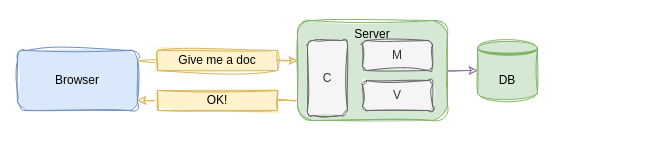
Before: page "Page-4" (4 of 9) of diagrams.drawio in richard-wang-tw/web-basic-2, a draw.io diagram. Source tidied: cells renumbered, new cells numbered last; positions are measured from the earlier drawing's top-left corner, leaving out a move shared by most shapes. Both pictures are drawn from the tidied source at 100%, with x=0, y=0 at pixel (17, 20).
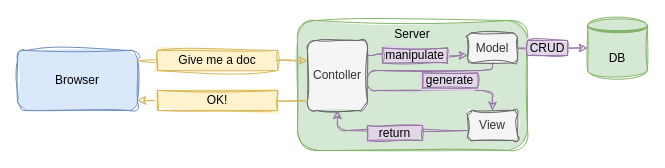
Above is the later version.

Unchanged cells that the change refers to:
```xml
<mxCell id="2" value="Browser" style="rounded=1;whiteSpace=wrap;html=1;sketch=1;curveFitting=1;jiggle=2;fillColor=#dae8fc;strokeColor=#6c8ebf;fillStyle=solid;" parent="1" vertex="1">
  <mxGeometry y="30" width="120" height="60" as="geometry" />
</mxCell>
```

Change to the diagram source:
```diff
@@
-    <mxCell id="3" style="edgeStyle=orthogonalEdgeStyle;curved=1;sketch=1;html=1;strokeWidth=1;endArrow=classic;endFill=1;fillColor=#e1d5e7;strokeColor=#9673a6;" parent="1" edge="1" source="4" target="12">
-      <mxGeometry relative="1" as="geometry" />
-    </mxCell>
     <mxCell id="4" value="Server" style="rounded=1;whiteSpace=wrap;html=1;sketch=1;curveFitting=1;jiggle=2;fillColor=#d5e8d4;strokeColor=#82b366;fillStyle=solid;verticalAlign=top;" parent="1" vertex="1">
-      <mxGeometry x="280" width="150" height="100" as="geometry" />
+      <mxGeometry x="280" width="230" height="130" as="geometry" />
     </mxCell>
+    <mxCell id="13" style="edgeStyle=orthogonalEdgeStyle;html=1;sketch=1;curveFitting=1;jiggle=2;fillColor=#e1d5e7;strokeColor=#9673a6;" parent="1" edge="1" source="5" target="10">
+      <mxGeometry relative="1" as="geometry">
+        <Array as="points">
+          <mxPoint x="360" y="35" />
+          <mxPoint x="360" y="35" />
+        </Array>
+      </mxGeometry>
+    </mxCell>
-    <mxCell id="5" value="C" style="rounded=1;whiteSpace=wrap;html=1;sketch=1;curveFitting=1;jiggle=2;fillColor=#f5f5f5;strokeColor=#666666;fillStyle=solid;fontColor=#333333;" parent="1" vertex="1">
-      <mxGeometry x="290" y="20" width="40" height="75" as="geometry" />
+    <mxCell id="5" value="Contoller" style="rounded=1;whiteSpace=wrap;html=1;sketch=1;curveFitting=1;jiggle=2;fillColor=#f5f5f5;strokeColor=#666666;fillStyle=solid;fontColor=#333333;" parent="1" vertex="1">
+      <mxGeometry x="290" y="20" width="60" height="70" as="geometry" />
     </mxCell>
-    <mxCell id="6" style="edgeStyle=orthogonalEdgeStyle;html=1;sketch=1;curveFitting=1;jiggle=2;fillColor=#fff2cc;strokeColor=#d6b656;" parent="1" edge="1" source="2" target="4">
+    <mxCell id="6" style="edgeStyle=orthogonalEdgeStyle;html=1;sketch=1;curveFitting=1;jiggle=2;fillColor=#fff2cc;strokeColor=#d6b656;" parent="1" edge="1" source="2" target="5">
       <mxGeometry relative="1" as="geometry">
         <Array as="points">
-          <mxPoint x="240" y="40" />
-          <mxPoint x="240" y="40" />
+          <mxPoint x="250" y="40" />
+          <mxPoint x="250" y="40" />
         </Array>
       </mxGeometry>
     </mxCell>
-    <mxCell id="7" style="edgeStyle=orthogonalEdgeStyle;html=1;sketch=1;curveFitting=1;jiggle=2;fillColor=#fff2cc;strokeColor=#d6b656;" parent="1" edge="1" source="4" target="2">
+    <mxCell id="7" style="edgeStyle=orthogonalEdgeStyle;html=1;sketch=1;curveFitting=1;jiggle=2;fillColor=#fff2cc;strokeColor=#d6b656;" parent="1" edge="1" source="5" target="2">
       <mxGeometry relative="1" as="geometry">
         <Array as="points">
-          <mxPoint x="240" y="80" />
-          <mxPoint x="240" y="80" />
+          <mxPoint x="160" y="80" />
+          <mxPoint x="160" y="80" />
         </Array>
       </mxGeometry>
     </mxCell>
@@
+    <mxCell id="14" style="edgeStyle=orthogonalEdgeStyle;sketch=1;html=1;fillColor=#e1d5e7;strokeColor=#9673a6;" parent="1" edge="1" source="10" target="11">
+      <mxGeometry relative="1" as="geometry">
+        <Array as="points">
+          <mxPoint x="475" y="50" />
+          <mxPoint x="350" y="50" />
+          <mxPoint x="350" y="70" />
+          <mxPoint x="475" y="70" />
+        </Array>
+      </mxGeometry>
+    </mxCell>
-    <mxCell id="10" value="M" style="rounded=1;whiteSpace=wrap;html=1;sketch=1;curveFitting=1;jiggle=2;fillColor=#f5f5f5;strokeColor=#666666;fillStyle=solid;fontColor=#333333;" parent="1" vertex="1">
-      <mxGeometry x="345" y="20" width="70" height="30" as="geometry" />
+    <mxCell id="10" value="Model" style="rounded=1;whiteSpace=wrap;html=1;sketch=1;curveFitting=1;jiggle=2;fillColor=#f5f5f5;strokeColor=#666666;fillStyle=solid;fontColor=#333333;" parent="1" vertex="1">
+      <mxGeometry x="450" y="12.5" width="50" height="30" as="geometry" />
     </mxCell>
-    <mxCell id="11" value="V" style="rounded=1;whiteSpace=wrap;html=1;sketch=1;curveFitting=1;jiggle=2;fillColor=#f5f5f5;strokeColor=#666666;fillStyle=solid;fontColor=#333333;" parent="1" vertex="1">
-      <mxGeometry x="345" y="60" width="70" height="30" as="geometry" />
+    <mxCell id="11" value="View" style="rounded=1;whiteSpace=wrap;html=1;sketch=1;curveFitting=1;jiggle=2;fillColor=#f5f5f5;strokeColor=#666666;fillStyle=solid;fontColor=#333333;" parent="1" vertex="1">
+      <mxGeometry x="450" y="90" width="50" height="30" as="geometry" />
     </mxCell>
     <mxCell id="12" value="DB" style="shape=datastore;whiteSpace=wrap;html=1;rounded=1;sketch=1;fillStyle=solid;strokeColor=#82b366;fillColor=#d5e8d4;" parent="1" vertex="1">
-      <mxGeometry x="460" y="20" width="60" height="60" as="geometry" />
+      <mxGeometry x="570" y="-2.5" width="60" height="60" as="geometry" />
     </mxCell>
+    <mxCell id="15" style="edgeStyle=orthogonalEdgeStyle;html=1;sketch=1;curveFitting=1;jiggle=2;fillColor=#e1d5e7;strokeColor=#9673a6;" parent="1" edge="1" source="11" target="5">
+      <mxGeometry relative="1" as="geometry">
+        <Array as="points">
+          <mxPoint x="320" y="110" />
+        </Array>
+      </mxGeometry>
+    </mxCell>
+    <mxCell id="16" value="manipulate" style="rounded=0;whiteSpace=wrap;html=1;sketch=1;curveFitting=1;jiggle=2;fillColor=#e1d5e7;strokeColor=#9673a6;fillStyle=solid;" parent="1" vertex="1">
+      <mxGeometry x="365" y="27.5" width="65" height="15" as="geometry" />
+    </mxCell>
+    <mxCell id="17" value="generate" style="rounded=0;whiteSpace=wrap;html=1;sketch=1;curveFitting=1;jiggle=2;fillColor=#e1d5e7;strokeColor=#9673a6;fillStyle=solid;" parent="1" vertex="1">
+      <mxGeometry x="405" y="52.5" width="55" height="15" as="geometry" />
+    </mxCell>
+    <mxCell id="3" style="edgeStyle=orthogonalEdgeStyle;curved=1;sketch=1;html=1;strokeWidth=1;endArrow=classic;endFill=1;fillColor=#e1d5e7;strokeColor=#9673a6;" parent="1" edge="1" source="10" target="12">
+      <mxGeometry relative="1" as="geometry" />
+    </mxCell>
+    <mxCell id="18" value="CRUD" style="rounded=0;whiteSpace=wrap;html=1;sketch=1;curveFitting=1;jiggle=2;fillColor=#e1d5e7;strokeColor=#9673a6;fillStyle=solid;" parent="1" vertex="1">
+      <mxGeometry x="510" y="20" width="40" height="15" as="geometry" />
+    </mxCell>
+    <mxCell id="19" value="return" style="rounded=0;whiteSpace=wrap;html=1;sketch=1;curveFitting=1;jiggle=2;fillColor=#e1d5e7;strokeColor=#9673a6;fillStyle=solid;" parent="1" vertex="1">
+      <mxGeometry x="350" y="105" width="55" height="15" as="geometry" />
+    </mxCell>
```
